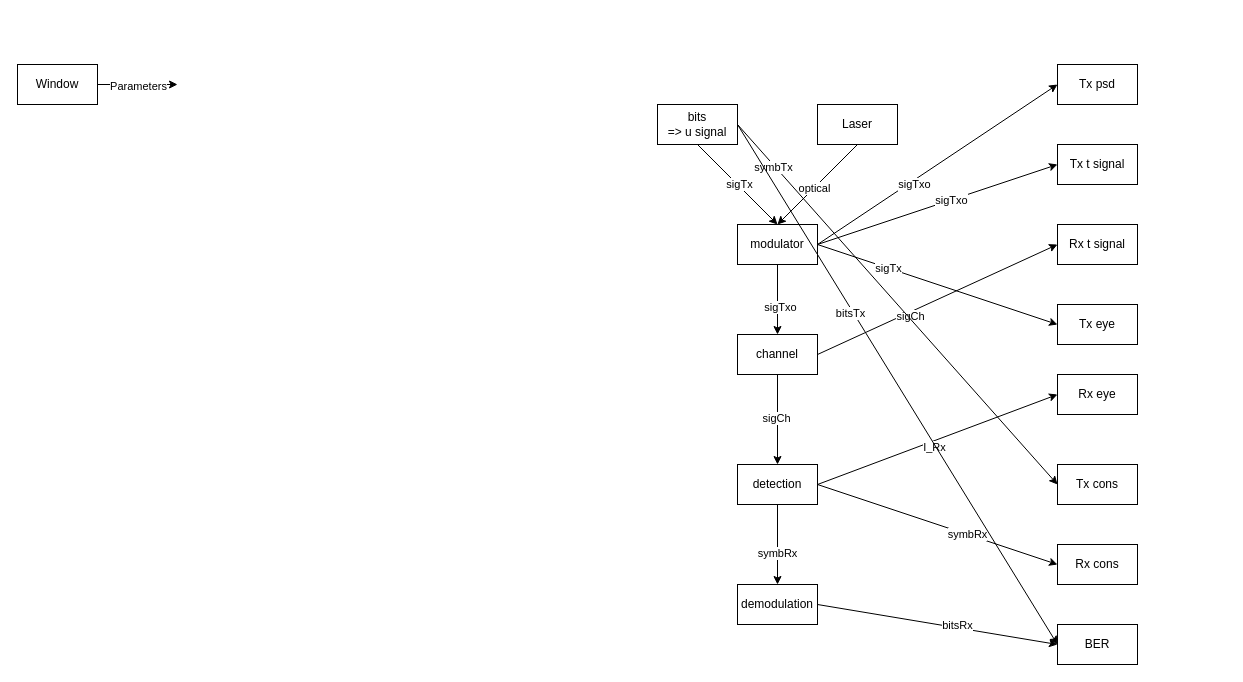
Above: page "Stránka-2" (2 of 2) of diagram.drawio in jurkovicmartin/Bakal-ka (draw.io), before the change. Source tidied: cells renumbered, new cells numbered last; positions are measured from the earlier drawing's top-left corner, leaving out a move shared by most shapes. Both pictures are drawn from the tidied source at 100%, with x=0, y=0 at pixel (17, 64).
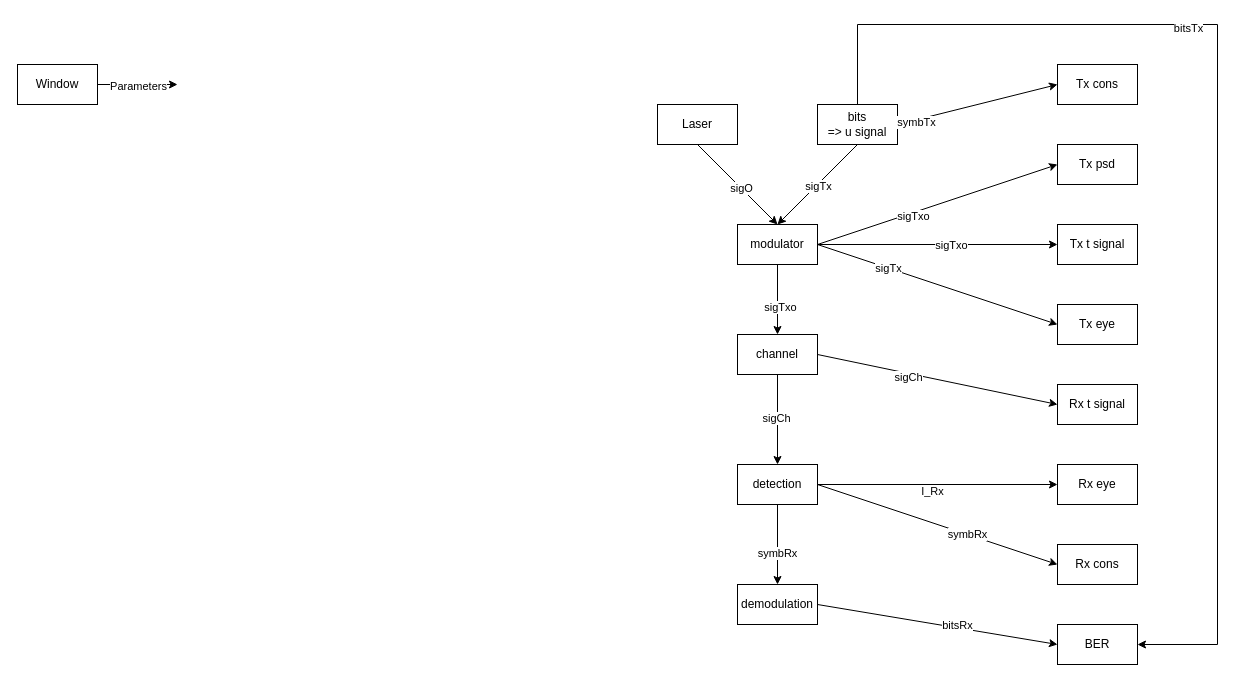
Above is the later version.

Unchanged cells that the change refers to:
```xml
<mxCell id="12" value="BER" style="rounded=0;whiteSpace=wrap;html=1;" parent="1" vertex="1">
  <mxGeometry x="1040" y="560" width="80" height="40" as="geometry" />
</mxCell>
<mxCell id="21" style="endArrow=classic;html=1;rounded=0;exitX=0.5;exitY=1;exitDx=0;exitDy=0;entryX=0.5;entryY=0;entryDx=0;entryDy=0;" parent="1" edge="1" source="13" target="15">
  <mxGeometry relative="1" as="geometry" />
</mxCell>
```

What changed in the source:
```diff
@@
     <mxCell id="5" value="Tx cons" style="rounded=0;whiteSpace=wrap;html=1;" parent="1" vertex="1">
-      <mxGeometry x="1040" y="400" width="80" height="40" as="geometry" />
+      <mxGeometry x="1040" width="80" height="40" as="geometry" />
     </mxCell>
@@
     <mxCell id="7" value="Tx psd" style="rounded=0;whiteSpace=wrap;html=1;" parent="1" vertex="1">
-      <mxGeometry x="1040" width="80" height="40" as="geometry" />
+      <mxGeometry x="1040" y="80" width="80" height="40" as="geometry" />
     </mxCell>
     <mxCell id="8" value="Tx t signal" style="rounded=0;whiteSpace=wrap;html=1;" parent="1" vertex="1">
-      <mxGeometry x="1040" y="80" width="80" height="40" as="geometry" />
+      <mxGeometry x="1040" y="160" width="80" height="40" as="geometry" />
     </mxCell>
     <mxCell id="9" value="Rx t signal" style="rounded=0;whiteSpace=wrap;html=1;" parent="1" vertex="1">
-      <mxGeometry x="1040" y="160" width="80" height="40" as="geometry" />
+      <mxGeometry x="1040" y="320" width="80" height="40" as="geometry" />
     </mxCell>
@@
     <mxCell id="11" value="Rx eye" style="rounded=0;whiteSpace=wrap;html=1;" parent="1" vertex="1">
-      <mxGeometry x="1040" y="310" width="80" height="40" as="geometry" />
+      <mxGeometry x="1040" y="400" width="80" height="40" as="geometry" />
     </mxCell>
@@
     <mxCell id="13" value="Laser" style="rounded=0;whiteSpace=wrap;html=1;" parent="1" vertex="1">
-      <mxGeometry x="800" y="40" width="80" height="40" as="geometry" />
+      <mxGeometry x="640" y="40" width="80" height="40" as="geometry" />
     </mxCell>
     <mxCell id="14" value="bits&lt;br&gt;=&amp;gt; u signal" style="rounded=0;whiteSpace=wrap;html=1;" parent="1" vertex="1">
-      <mxGeometry x="640" y="40" width="80" height="40" as="geometry" />
+      <mxGeometry x="800" y="40" width="80" height="40" as="geometry" />
     </mxCell>
@@
-    <mxCell id="22" value="optical&lt;br&gt;" style="edgeLabel;html=1;align=center;verticalAlign=middle;" parent="21" vertex="1">
+    <mxCell id="22" value="sigO" style="edgeLabel;html=1;align=center;verticalAlign=middle;" parent="21" vertex="1">
       <mxGeometry x="0.08" relative="1" as="geometry" />
     </mxCell>
@@
-    <mxCell id="45" style="endArrow=classic;html=1;rounded=0;exitX=1;exitY=0.5;exitDx=0;exitDy=0;entryX=0;entryY=0.5;entryDx=0;entryDy=0;" parent="1" edge="1" source="14" target="12">
-      <mxGeometry relative="1" as="geometry" />
+    <mxCell id="45" style="endArrow=classic;html=1;rounded=0;entryX=1;entryY=0.5;entryDx=0;entryDy=0;exitX=0.5;exitY=0;exitDx=0;exitDy=0;" parent="1" edge="1" source="14" target="12">
+      <mxGeometry relative="1" as="geometry">
+        <Array as="points">
+          <mxPoint x="840" y="-40" />
+          <mxPoint x="1200" y="-40" />
+          <mxPoint x="1200" y="580" />
+        </Array>
+      </mxGeometry>
     </mxCell>
```
